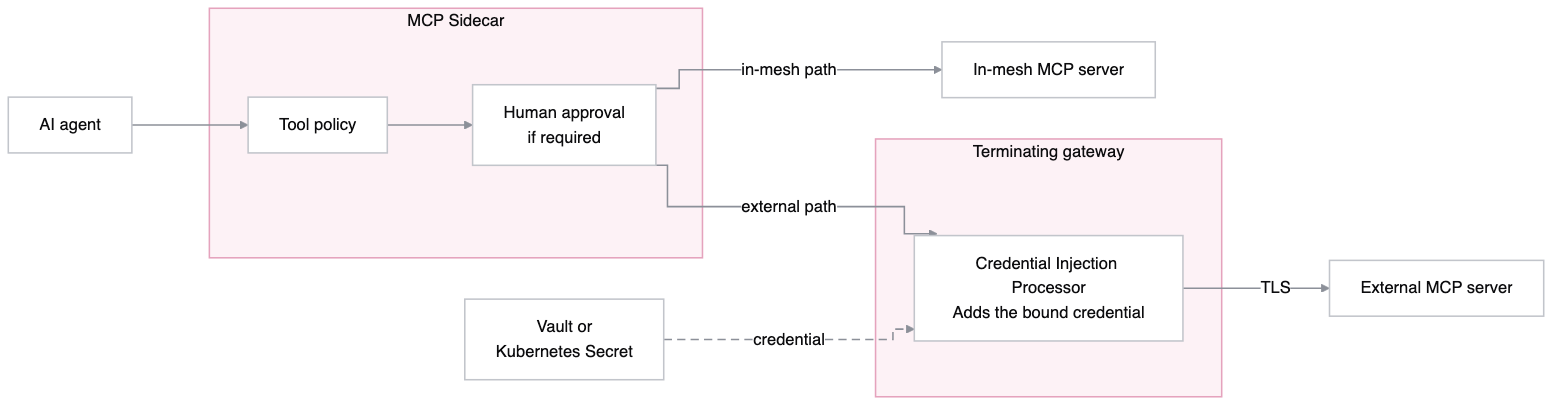
The Mermaid diagram content/consul/v2.1.x/img/agentic-mesh/tool-access-workflow_light.png in hashicorp/web-unified-docs, before a commit. Its source is kept beside it as content/consul/v2.1.x/diagram-sources/tool-access-workflow_light.mmd.
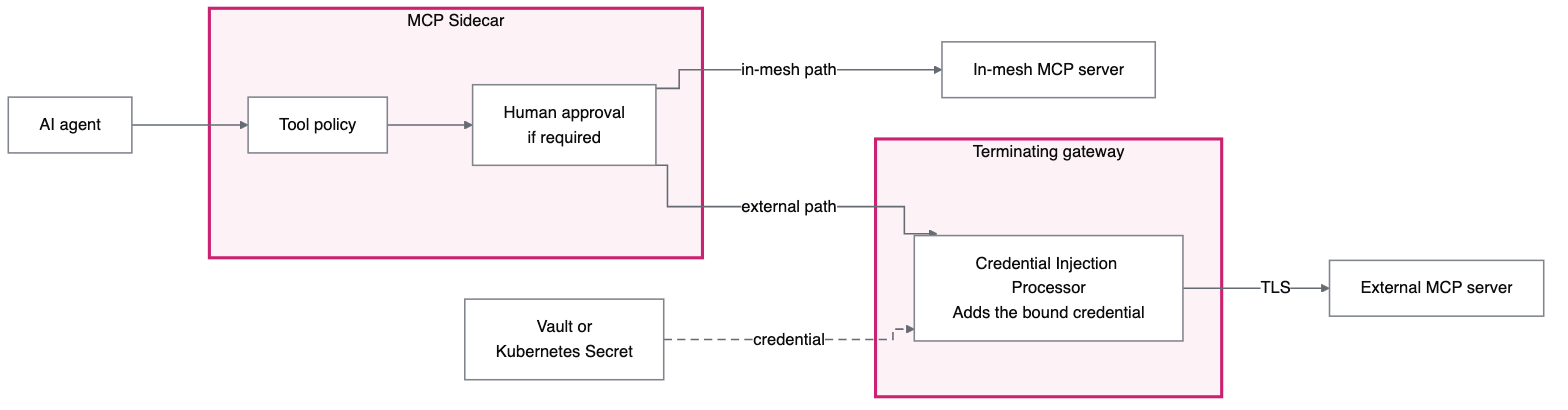
The same diagram one commit later.

Change to the diagram source:
```diff
@@ -1,4 +1,4 @@
-%%{init: {"theme":"base","fontFamily":"Helvetica, Arial, sans-serif","flowchart":{"curve":"step","nodeSpacing":60,"rankSpacing":75,"htmlLabels":true},"themeVariables":{"fontFamily":"Helvetica, Arial, sans-serif","fontSize":"16px","background":"#ffffff","primaryColor":"#ffffff","primaryBorderColor":"#c2c5cb","primaryTextColor":"#0c0c0e","lineColor":"#8c9099","clusterBkg":"#f4f5f7","clusterBorder":"#c2c5cb","titleColor":"#0c0c0e","edgeLabelBackground":"#ffffff","actorBkg":"#ffffff","actorBorder":"#ca2171","actorTextColor":"#0c0c0e","actorLineColor":"#c2c5cb","signalColor":"#8c9099","signalTextColor":"#0c0c0e","noteBkgColor":"#f4f5f7","noteBorderColor":"#c2c5cb","noteTextColor":"#0c0c0e","activationBkgColor":"#fdf2f6","activationBorderColor":"#e5a3bd","sequenceNumberColor":"#ffffff"},"sequence":{"mirrorActors":false,"width":220,"actorMargin":50,"messageMargin":50,"boxMargin":10,"noteMargin":12,"wrap":true}}}%%
+%%{init: {"theme":"base","fontFamily":"Helvetica, Arial, sans-serif","flowchart":{"curve":"step","nodeSpacing":60,"rankSpacing":75,"htmlLabels":true},"themeVariables":{"fontFamily":"Helvetica, Arial, sans-serif","fontSize":"16px","background":"#ffffff","primaryColor":"#ffffff","primaryBorderColor":"#80848d","primaryTextColor":"#0c0c0e","lineColor":"#656a73","clusterBkg":"#f4f5f7","clusterBorder":"#80848d","titleColor":"#0c0c0e","edgeLabelBackground":"#ffffff","actorBkg":"#ffffff","actorBorder":"#ca2171","actorTextColor":"#0c0c0e","actorLineColor":"#80848d","signalColor":"#656a73","signalTextColor":"#0c0c0e","noteBkgColor":"#f4f5f7","noteBorderColor":"#80848d","noteTextColor":"#0c0c0e","activationBkgColor":"#fdf2f6","activationBorderColor":"#c1527f","sequenceNumberColor":"#ffffff"},"sequence":{"mirrorActors":false,"width":220,"actorMargin":50,"messageMargin":50,"boxMargin":10,"noteMargin":12,"wrap":true}}}%%
 flowchart LR
   agent["AI agent"]
   subgraph sidecar["MCP Sidecar"]
@@ -19,8 +19,8 @@
   cip -->|TLS| ext
   cred -.->|credential| cip
 
-  classDef default fill:#ffffff,stroke:#c2c5cb,stroke-width:1.5px,color:#0c0c0e
-  style sidecar fill:#fdf2f6,stroke:#e5a3bd,stroke-width:1.5px,color:#0c0c0e
-  style tgw fill:#fdf2f6,stroke:#e5a3bd,stroke-width:1.5px,color:#0c0c0e
-  linkStyle 0,1,2,3,4 stroke:#8c9099,stroke-width:1.5px
-  linkStyle 5 stroke:#8c9099,stroke-width:1.5px,stroke-dasharray:8 5
+  classDef default fill:#ffffff,stroke:#80848d,stroke-width:1.5px,color:#0c0c0e
+  style sidecar fill:#fdf2f6,stroke:#ca2171,stroke-width:3px,color:#0c0c0e
+  style tgw fill:#fdf2f6,stroke:#ca2171,stroke-width:3px,color:#0c0c0e
+  linkStyle 0,1,2,3,4 stroke:#656a73,stroke-width:1.5px
+  linkStyle 5 stroke:#656a73,stroke-width:1.5px,stroke-dasharray:8 5
```
